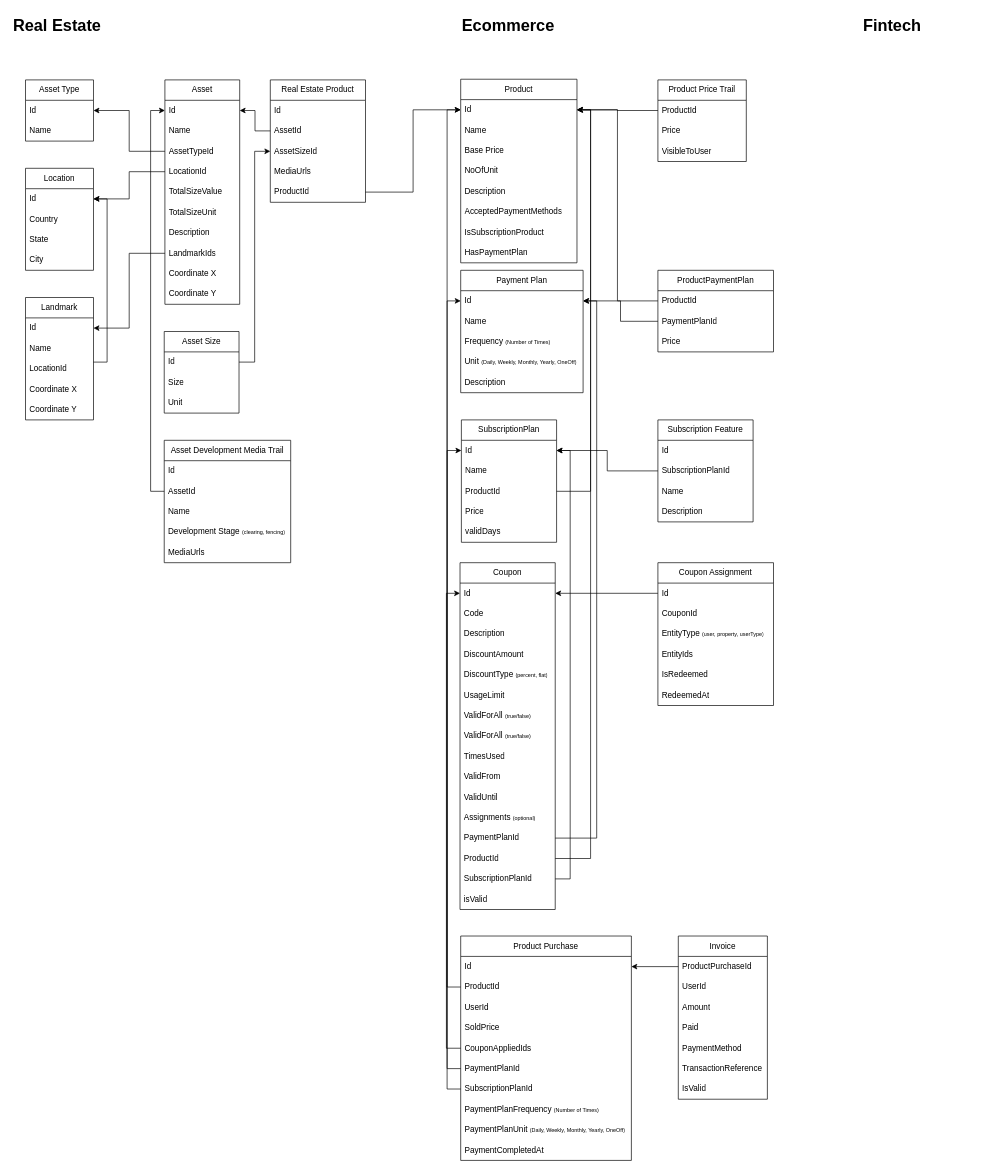
isaac-code/diagrams keeps this draw.io diagram as sellperty.drawio. Above is the earlier version. Source tidied: cells renumbered, new cells numbered last; positions are measured from the earlier drawing's top-left corner, leaving out a move shared by most shapes. Both pictures are drawn from the tidied source at 68%, with x=0, y=0 at pixel (12, 12).
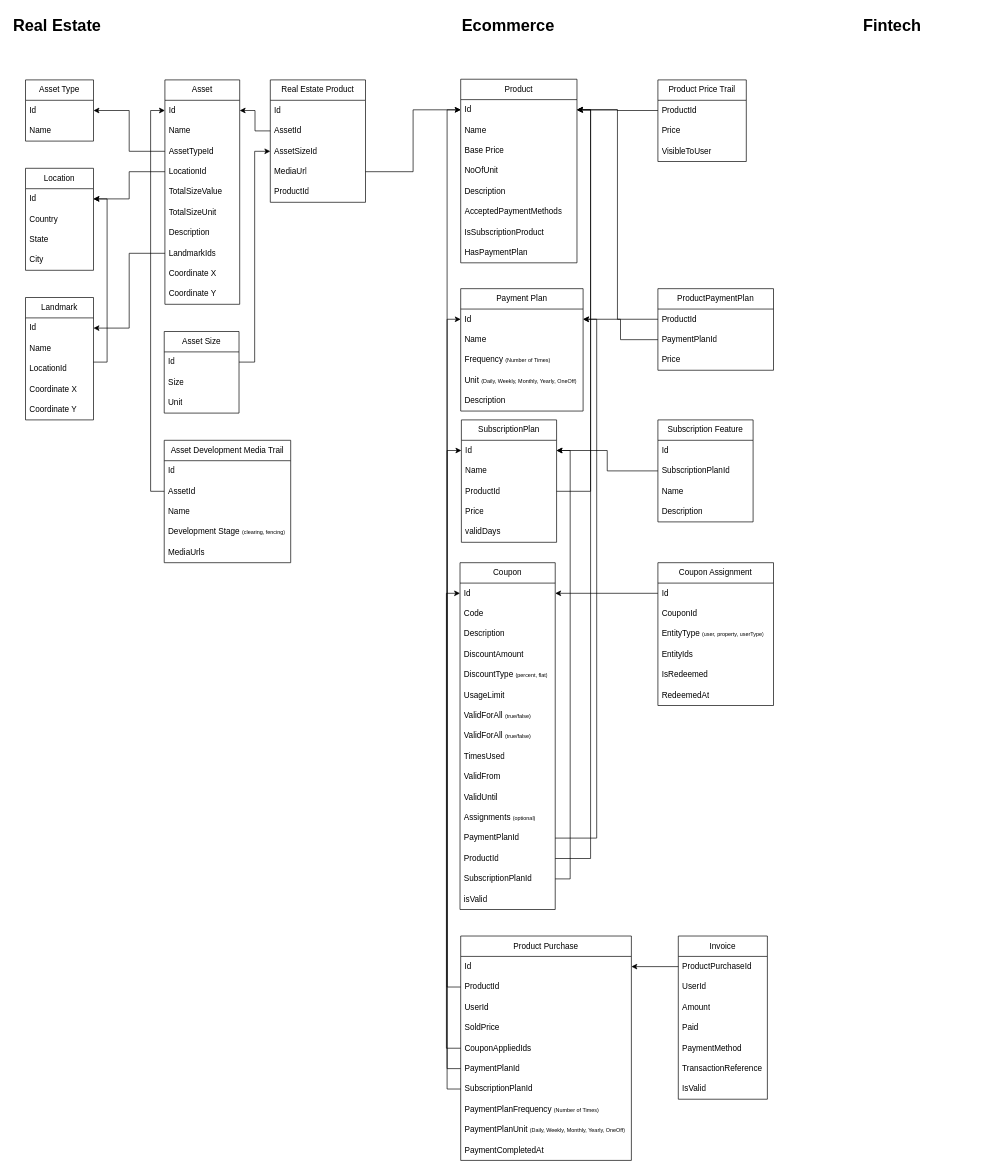
After the change.

Unchanged cells that the change refers to:
```xml
<mxCell id="97" value="Real Estate Product" style="swimlane;fontStyle=0;horizontal=1;startSize=30;whiteSpace=wrap;html=1;" parent="1" vertex="1">
  <mxGeometry x="380" y="100" width="140" height="180" as="geometry" />
</mxCell>
```

Diff of the diagram source:
```diff
@@
     <mxCell id="40" value="Payment Plan" style="swimlane;fontStyle=0;horizontal=1;startSize=30;whiteSpace=wrap;html=1;" parent="1" vertex="1">
-      <mxGeometry x="660" y="380" width="180" height="180" as="geometry" />
+      <mxGeometry x="660" y="407" width="180" height="180" as="geometry" />
     </mxCell>
@@
-    <mxCell id="101" value="MediaUrls" style="text;strokeColor=none;fillColor=none;align=left;verticalAlign=middle;spacingLeft=4;spacingRight=4;overflow=hidden;whiteSpace=wrap;html=1;" parent="97" vertex="1">
-      <mxGeometry y="120" width="140" height="30" as="geometry" />
-    </mxCell>
-    <mxCell id="102" value="ProductId" style="text;strokeColor=none;fillColor=none;align=left;verticalAlign=middle;spacingLeft=4;spacingRight=4;overflow=hidden;points=[[0,0.5],[1,0.5]];portConstraint=eastwest;whiteSpace=wrap;html=1;" parent="97" vertex="1">
-      <mxGeometry y="150" width="140" height="30" as="geometry" />
+    <mxCell id="102" value="MediaUrl" style="text;strokeColor=none;fillColor=none;align=left;verticalAlign=middle;spacingLeft=4;spacingRight=4;overflow=hidden;points=[[0,0.5],[1,0.5]];portConstraint=eastwest;whiteSpace=wrap;html=1;" parent="97" vertex="1">
+      <mxGeometry y="120" width="140" height="30" as="geometry" />
     </mxCell>
+    <mxCell id="145" value="ProductId" style="text;strokeColor=none;fillColor=none;align=left;verticalAlign=middle;spacingLeft=4;spacingRight=4;overflow=hidden;whiteSpace=wrap;html=1;" parent="97" vertex="1">
+      <mxGeometry y="150" width="140" height="30" as="geometry" />
+    </mxCell>
@@
     <mxCell id="126" value="ProductPaymentPlan" style="swimlane;fontStyle=0;horizontal=1;startSize=30;whiteSpace=wrap;html=1;" parent="1" vertex="1">
-      <mxGeometry x="950" y="380" width="170" height="120" as="geometry" />
+      <mxGeometry x="950" y="407" width="170" height="120" as="geometry" />
     </mxCell>
```
